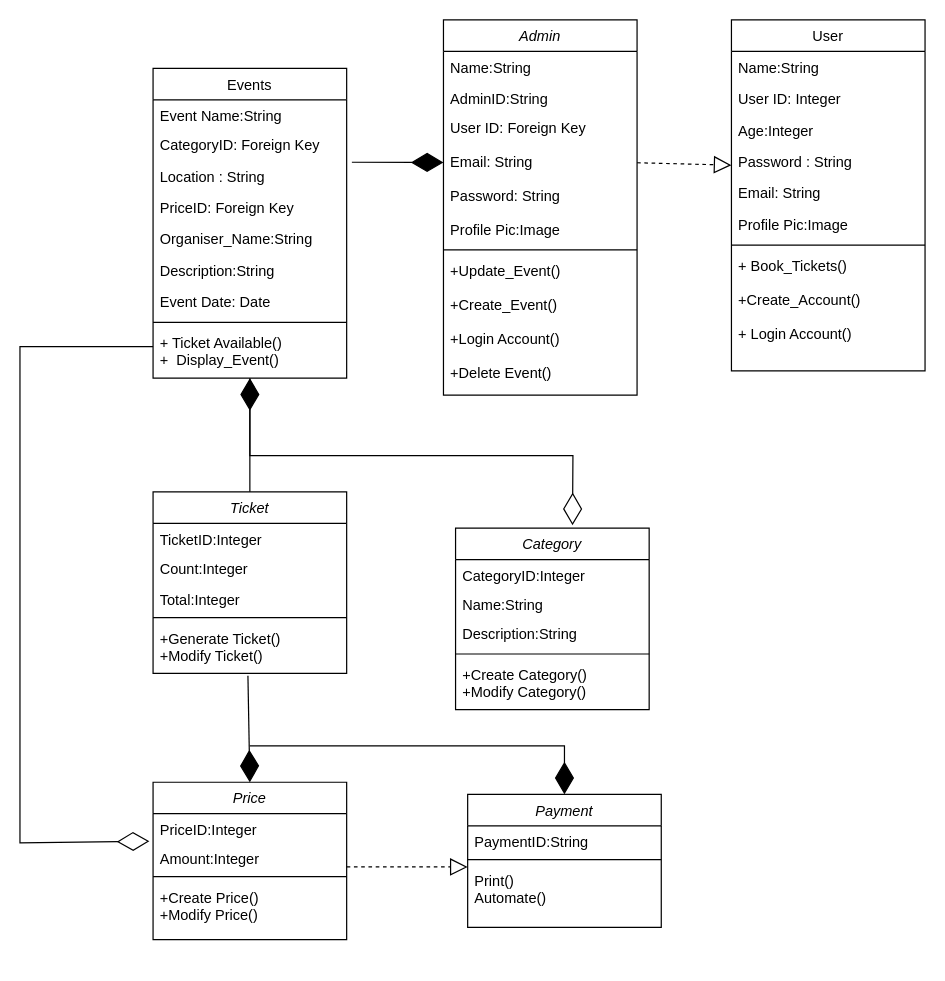
The draw.io diagram Untitled Diagram.drawio in Stormtroopper/HTML-layout-learning, before the edit. Source tidied: cells renumbered, new cells numbered last; positions are measured from the earlier drawing's top-left corner, leaving out a move shared by most shapes. Both pictures are drawn from the tidied source at 121%, with x=0, y=0 at pixel (19, 19).
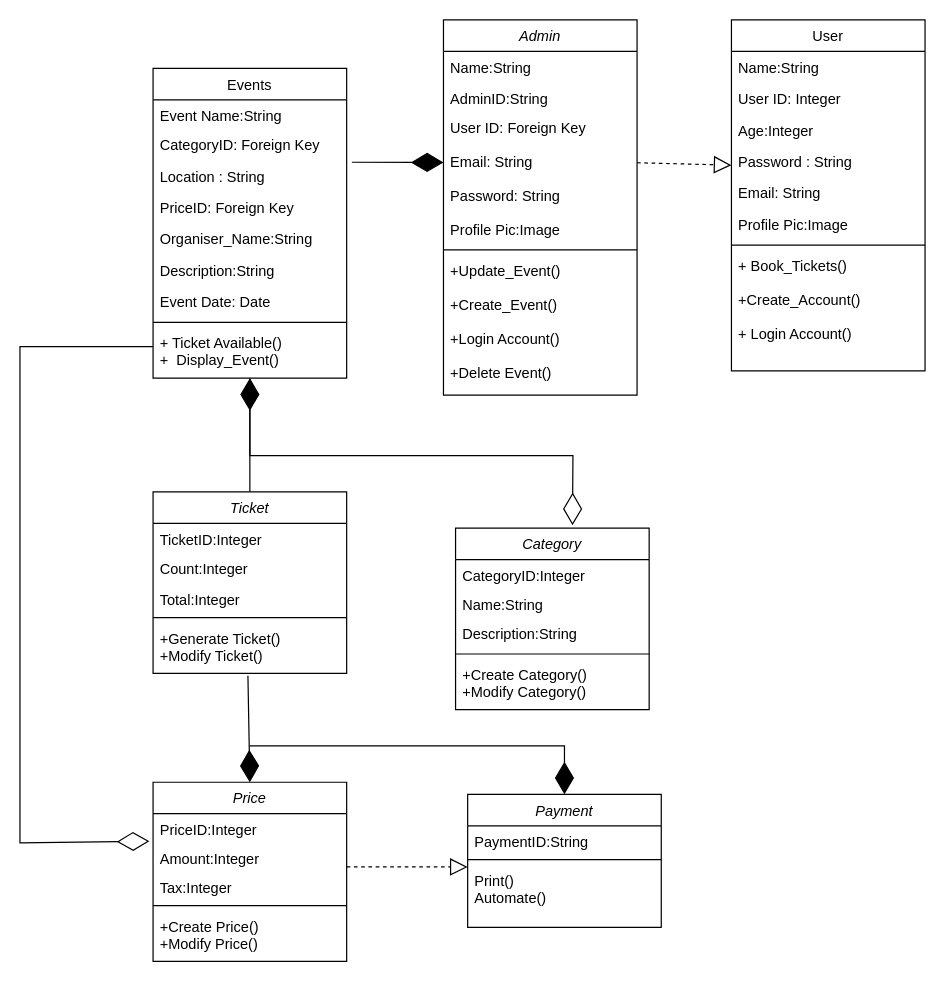
The same diagram, later.

Diff of the diagram source:
```diff
@@
     <mxCell id="44" value="Price" style="swimlane;fontStyle=2;align=center;verticalAlign=top;horizontal=1;startSize=26;rounded=0;shadow=0;strokeWidth=1;" parent="1" vertex="1">
-      <mxGeometry x="110" y="630" width="160" height="130" as="geometry" />
+      <mxGeometry x="110" y="630" width="160" height="148" as="geometry" />
     </mxCell>
@@
+    <mxCell id="57" value="Tax:Integer" style="text;align=left;verticalAlign=top;spacingLeft=4;spacingRight=4;overflow=hidden;" parent="44" vertex="1">
+      <mxGeometry y="74" width="160" height="24" as="geometry" />
+    </mxCell>
     <mxCell id="47" style="line;html=1;strokeWidth=1;align=left;verticalAlign=middle;spacingTop=-1;spacingLeft=3;spacingRight=3;labelPosition=right;" parent="44" vertex="1">
-      <mxGeometry y="74" width="160" height="8" as="geometry" />
+      <mxGeometry y="98" width="160" height="8" as="geometry" />
     </mxCell>
     <mxCell id="48" value="+Create Price()&#10;+Modify Price()" style="text;align=left;verticalAlign=top;spacingLeft=4;spacingRight=4;overflow=hidden;" parent="44" vertex="1">
-      <mxGeometry y="82" width="160" height="42" as="geometry" />
+      <mxGeometry y="106" width="160" height="42" as="geometry" />
     </mxCell>
```
